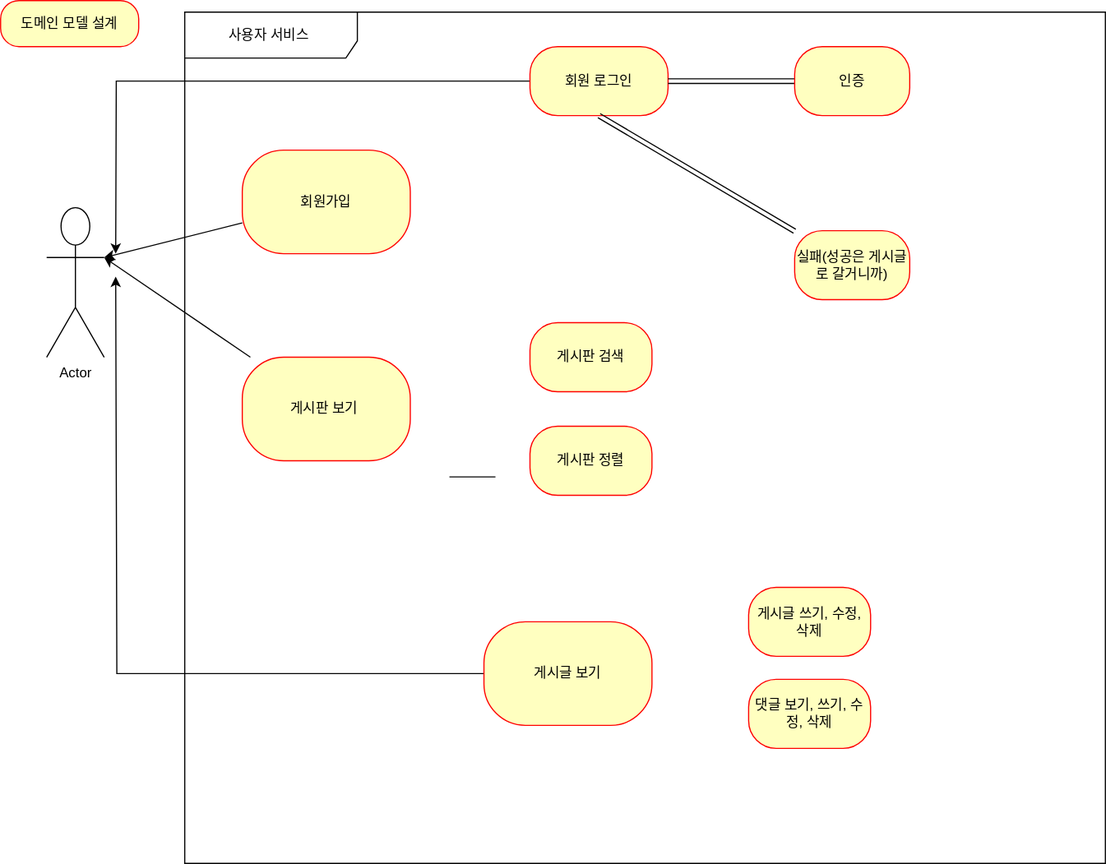
Before: document/유즈케이스 작성하기.drawio.svg, a diagram exported from draw.io (js-kim-arc/fastcampus-second). Source tidied: cells renumbered, new cells last; positions are measured from the earlier drawing's top-left corner, leaving out a move shared by most shapes.
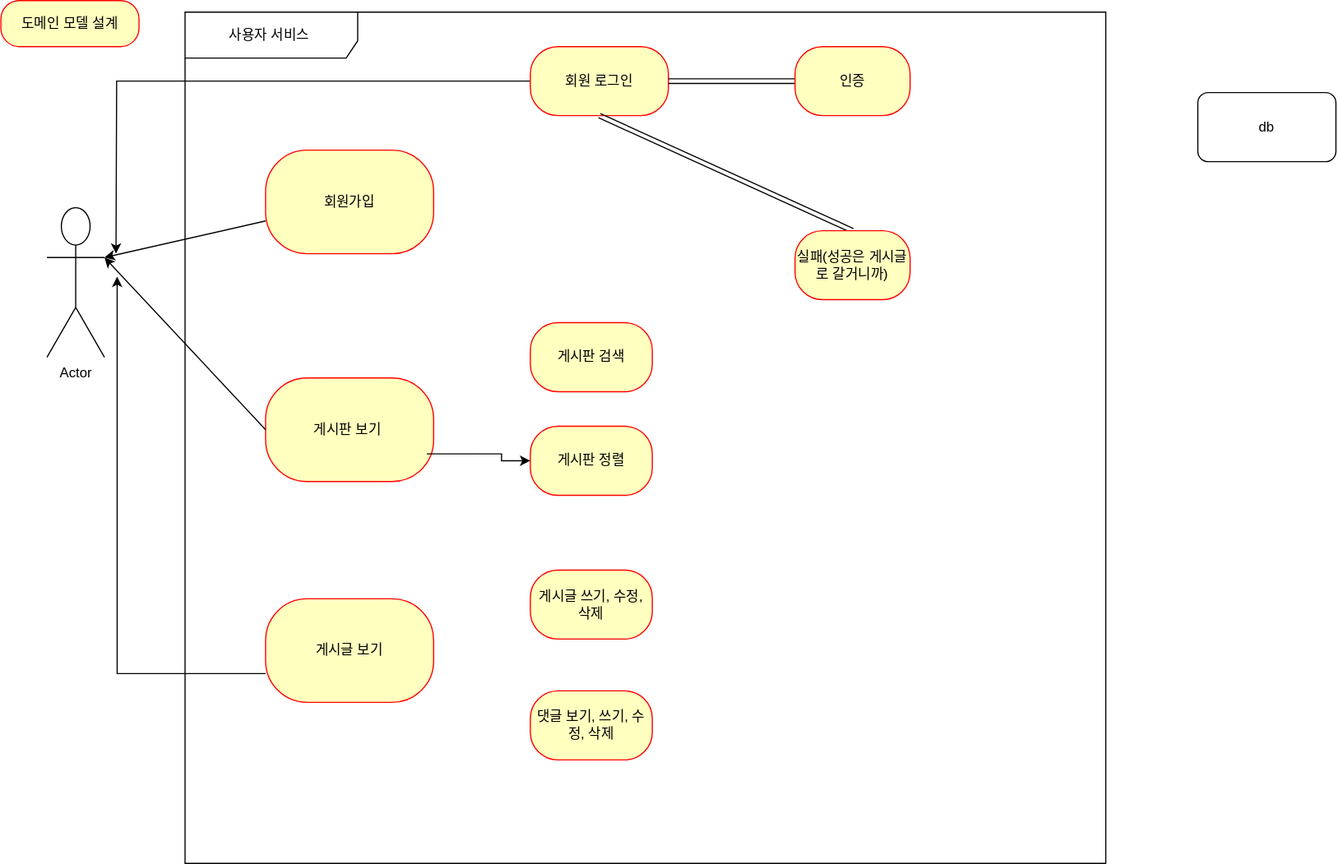
After the commit.

Commit message:
유즈케이스 작성하기.drawio.svg 업데이트

The edit, as a diff of the source:
```diff
@@ -9,13 +9,13 @@
       <mxGeometry x="160" y="10" width="800" height="740" as="geometry" />
     </mxCell>
     <mxCell id="4" value="회원가입" style="rounded=1;whiteSpace=wrap;html=1;arcSize=40;fontColor=#000000;fillColor=#ffffc0;strokeColor=#ff0000;" parent="1" vertex="1">
-      <mxGeometry x="210" y="130" width="146" height="90" as="geometry" />
+      <mxGeometry x="230" y="130" width="146" height="90" as="geometry" />
     </mxCell>
     <mxCell id="5" value="도메인 모델 설계" style="rounded=1;whiteSpace=wrap;html=1;arcSize=40;fontColor=#000000;fillColor=#ffffc0;strokeColor=#ff0000;" parent="1" vertex="1">
       <mxGeometry width="120" height="40" as="geometry" />
     </mxCell>
     <mxCell id="6" value="게시판 보기&amp;nbsp;&lt;span style=&quot;color: rgba(0, 0, 0, 0); font-family: monospace; font-size: 0px; text-align: start; text-wrap: nowrap;&quot;&gt;%3CmxGraphModel%3E%3Croot%3E%3CmxCell%20id%3D%220%22%2F%3E%3CmxCell%20id%3D%221%22%20parent%3D%220%22%2F%3E%3CmxCell%20id%3D%222%22%20value%3D%22%ED%9A%8C%EC%9B%90%EA%B0%80%EC%9E%85%22%20style%3D%22rounded%3D1%3BwhiteSpace%3Dwrap%3Bhtml%3D1%3BarcSize%3D40%3BfontColor%3D%23000000%3BfillColor%3D%23ffffc0%3BstrokeColor%3D%23ff0000%3B%22%20vertex%3D%221%22%20parent%3D%221%22%3E%3CmxGeometry%20x%3D%22210%22%20y%3D%22160%22%20width%3D%22146%22%20height%3D%2290%22%20as%3D%22geometry%22%2F%3E%3C%2FmxCell%3E%3C%2Froot%3E%3C%2FmxGraphModel%3E&lt;/span&gt;" style="rounded=1;whiteSpace=wrap;html=1;arcSize=40;fontColor=#000000;fillColor=#ffffc0;strokeColor=#ff0000;" parent="1" vertex="1">
-      <mxGeometry x="210" y="310" width="146" height="90" as="geometry" />
+      <mxGeometry x="230" y="328" width="146" height="90" as="geometry" />
     </mxCell>
     <mxCell id="7" style="edgeStyle=orthogonalEdgeStyle;rounded=0;jettySize=auto;html=1;" parent="1" edge="1" source="8">
       <mxGeometry relative="1" as="geometry">
@@ -26,7 +26,7 @@
       </mxGeometry>
     </mxCell>
     <mxCell id="8" value="게시글 보기" style="rounded=1;whiteSpace=wrap;html=1;arcSize=40;fontColor=#000000;fillColor=#ffffc0;strokeColor=#ff0000;" parent="1" vertex="1">
-      <mxGeometry x="420" y="540" width="146" height="90" as="geometry" />
+      <mxGeometry x="230" y="520" width="146" height="90" as="geometry" />
     </mxCell>
     <mxCell id="9" style="edgeStyle=orthogonalEdgeStyle;rounded=0;jettySize=auto;html=1;" parent="1" edge="1" source="10">
       <mxGeometry relative="1" as="geometry">
@@ -43,7 +43,11 @@
       <mxGeometry x="690" y="40" width="100" height="60" as="geometry" />
     </mxCell>
     <mxCell id="13" style="shape=link;rounded=0;jettySize=auto;html=1;entryX=0.5;entryY=1;entryDx=0;entryDy=0;" parent="1" edge="1" source="14" target="10">
-      <mxGeometry relative="1" as="geometry" />
+      <mxGeometry relative="1" as="geometry">
+        <Array as="points">
+          <mxPoint x="740" y="200" />
+        </Array>
+      </mxGeometry>
     </mxCell>
     <mxCell id="14" value="실패(성공은 게시글로 갈거니까)" style="rounded=1;whiteSpace=wrap;html=1;arcSize=40;fontColor=#000000;fillColor=#ffffc0;strokeColor=#ff0000;" parent="1" vertex="1">
       <mxGeometry x="690" y="200" width="100" height="60" as="geometry" />
@@ -55,19 +59,25 @@
       <mxGeometry x="460" y="370" width="106" height="60" as="geometry" />
     </mxCell>
     <mxCell id="17" value="게시글 쓰기, 수정, 삭제" style="rounded=1;whiteSpace=wrap;html=1;arcSize=40;fontColor=#000000;fillColor=#ffffc0;strokeColor=#ff0000;" parent="1" vertex="1">
-      <mxGeometry x="650" y="510" width="106" height="60" as="geometry" />
+      <mxGeometry x="460" y="495" width="106" height="60" as="geometry" />
     </mxCell>
     <mxCell id="18" value="댓글 보기, 쓰기, 수정, 삭제" style="rounded=1;whiteSpace=wrap;html=1;arcSize=40;fontColor=#000000;fillColor=#ffffc0;strokeColor=#ff0000;" parent="1" vertex="1">
-      <mxGeometry x="650" y="590" width="106" height="60" as="geometry" />
+      <mxGeometry x="460" y="600" width="106" height="60" as="geometry" />
     </mxCell>
+    <mxCell id="22" style="edgeStyle=orthogonalEdgeStyle;rounded=0;jettySize=auto;html=1;" parent="1" edge="1" source="19" target="16">
+      <mxGeometry relative="1" as="geometry" />
+    </mxCell>
     <mxCell id="19" style="line;strokeWidth=1;fillColor=none;align=left;verticalAlign=middle;spacingTop=-1;spacingLeft=3;spacingRight=3;labelPosition=right;points=[];portConstraint=eastwest;strokeColor=inherit;" parent="1" vertex="1">
-      <mxGeometry x="390" y="410" width="40" height="8" as="geometry" />
+      <mxGeometry x="370" y="390" width="40" height="8" as="geometry" />
     </mxCell>
     <mxCell id="20" style="rounded=0;jettySize=auto;html=1;entryX=1;entryY=0.3333333333333333;entryDx=0;entryDy=0;entryPerimeter=0;" parent="1" edge="1" source="4" target="2">
       <mxGeometry relative="1" as="geometry" />
     </mxCell>
-    <mxCell id="21" style="rounded=0;jettySize=auto;html=1;entryX=1;entryY=0.3333333333333333;entryDx=0;entryDy=0;entryPerimeter=0;" parent="1" edge="1" source="6" target="2">
+    <mxCell id="21" style="rounded=0;jettySize=auto;html=1;entryX=1;entryY=0.3333333333333333;entryDx=0;entryDy=0;entryPerimeter=0;exitX=0;exitY=0.5;exitDx=0;exitDy=0;" parent="1" edge="1" source="6" target="2">
       <mxGeometry relative="1" as="geometry" />
     </mxCell>
+    <mxCell id="23" value="db" style="rounded=1;whiteSpace=wrap;html=1;" parent="1" vertex="1">
+      <mxGeometry x="1040" y="80" width="120" height="60" as="geometry" />
+    </mxCell>
   </root>
 </mxGraphModel>
```
